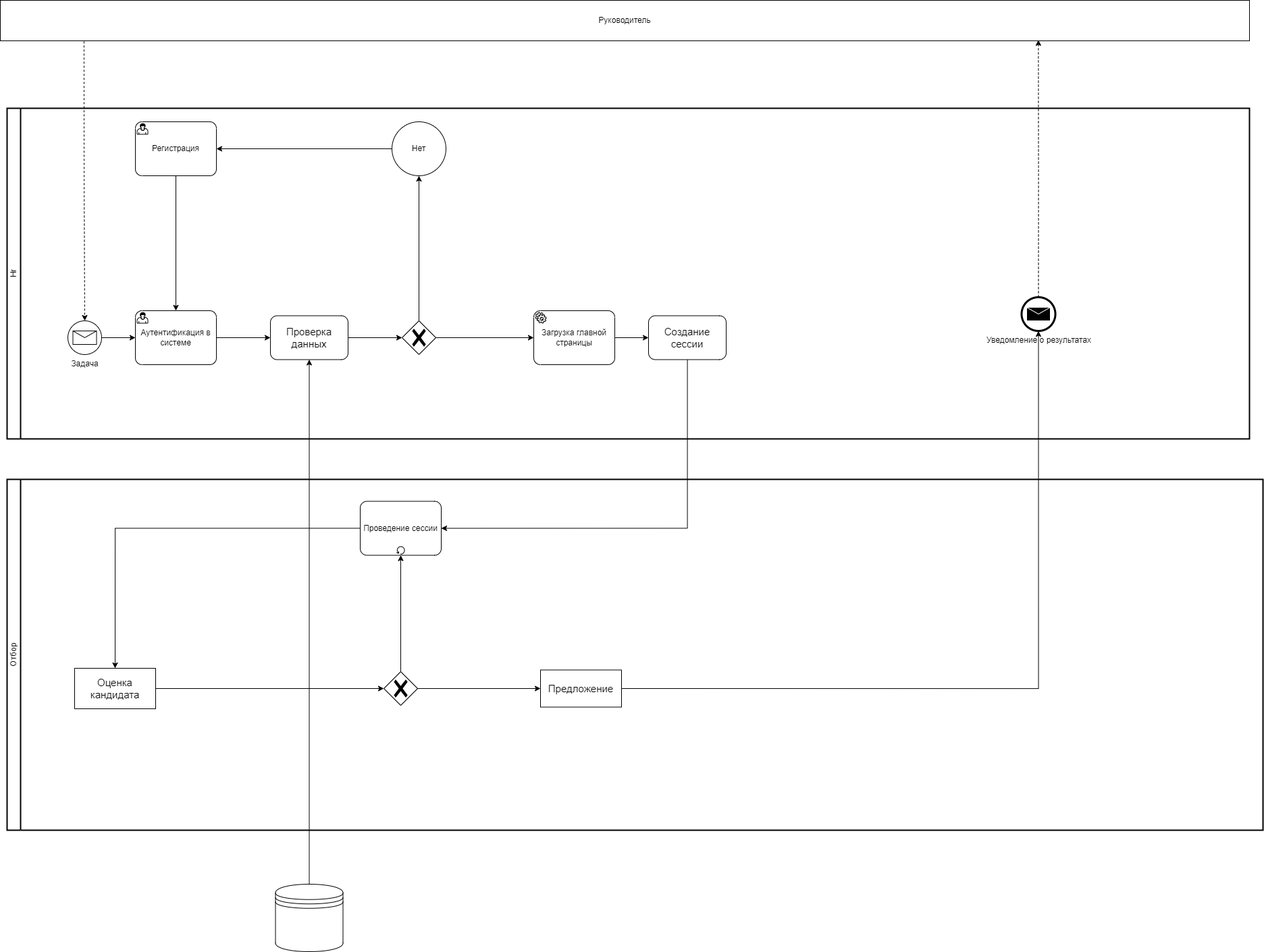
The draw.io diagram вкр/BPMN/BPMN до системы.png in Hetsunya/diplom, before a commit. Source tidied: cells renumbered, new cells last; positions are measured from the earlier drawing's top-left corner, leaving out a move shared by most shapes.
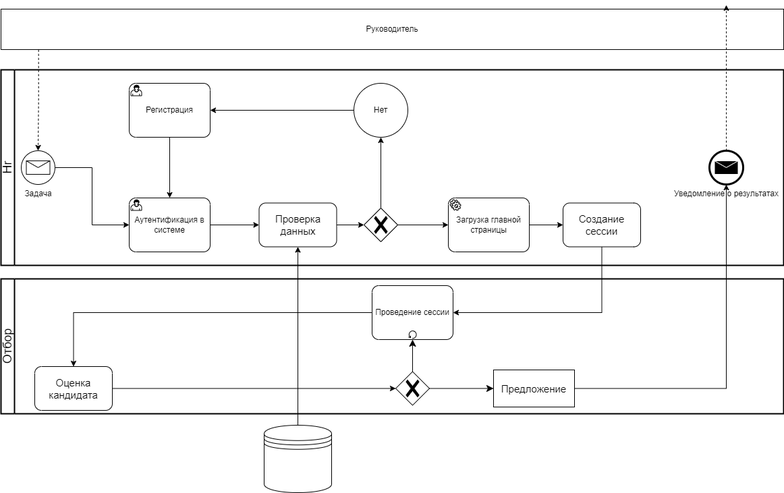
The same file after the commit.

Commit message:
ужал bpmn

What changed in the source:
```diff
@@ -2,108 +2,110 @@
   <root>
     <mxCell id="0" />
     <mxCell id="1" parent="0" />
-    <mxCell id="2" value="Отбор" style="swimlane;html=1;startSize=20;fontStyle=0;horizontal=0;swimlaneLine=1;swimlaneFillColor=#ffffff;strokeWidth=2;whiteSpace=wrap;" parent="1" vertex="1">
-      <mxGeometry x="10" y="710" width="1860" height="520" as="geometry" />
+    <mxCell id="2" value="Отбор" style="swimlane;html=1;startSize=20;fontStyle=0;horizontal=0;swimlaneLine=1;swimlaneFillColor=#ffffff;strokeWidth=2;whiteSpace=wrap;fontSize=18;" parent="1" vertex="1">
+      <mxGeometry x="10" y="470" width="1160" height="200" as="geometry" />
     </mxCell>
     <mxCell id="3" value="Проведение сессии" style="points=[[0.25,0,0],[0.5,0,0],[0.75,0,0],[1,0.25,0],[1,0.5,0],[1,0.75,0],[0.75,1,0],[0.5,1,0],[0.25,1,0],[0,0.75,0],[0,0.5,0],[0,0.25,0]];shape=mxgraph.bpmn.task2;whiteSpace=wrap;rectStyle=rounded;size=10;html=1;taskMarker=abstract;isLoopStandard=1;" parent="2" vertex="1">
-      <mxGeometry x="523" y="32.5" width="120" height="80" as="geometry" />
+      <mxGeometry x="550" y="10" width="120" height="80" as="geometry" />
     </mxCell>
-    <mxCell id="4" value="Оценка кандидата" style="rounded=0;whiteSpace=wrap;html=1;strokeColor=default;strokeWidth=1;shadow=0;fontSize=15;fontStyle=0;labelBackgroundColor=none;" parent="2" vertex="1">
-      <mxGeometry x="100" y="280" width="120" height="60" as="geometry" />
+    <mxCell id="4" value="Оценка кандидата" style="points=[[0.25,0,0],[0.5,0,0],[0.75,0,0],[1,0.25,0],[1,0.5,0],[1,0.75,0],[0.75,1,0],[0.5,1,0],[0.25,1,0],[0,0.75,0],[0,0.5,0],[0,0.25,0]];shape=mxgraph.bpmn.task2;whiteSpace=wrap;rectStyle=rounded;size=10;html=1;taskMarker=abstract;strokeColor=default;strokeWidth=1;shadow=0;fontSize=15;fontStyle=0;" parent="2" vertex="1">
+      <mxGeometry x="50" y="130" width="115" height="65" as="geometry" />
     </mxCell>
     <mxCell id="5" style="edgeStyle=orthogonalEdgeStyle;rounded=0;jettySize=auto;html=1;entryX=0.5;entryY=0;entryDx=0;entryDy=0;entryPerimeter=0;" parent="2" edge="1" source="3" target="4">
       <mxGeometry relative="1" as="geometry" />
     </mxCell>
-    <mxCell id="6" style="points=[[0.25,0.25,0],[0.5,0,0],[0.75,0.25,0],[1,0.5,0],[0.75,0.75,0],[0.5,1,0],[0.25,0.75,0],[0,0.5,0]];shape=mxgraph.bpmn.gateway2;html=1;verticalLabelPosition=bottom;labelBackgroundColor=#ffffff;verticalAlign=top;align=center;perimeter=rhombusPerimeter;outlineConnect=0;outline=none;symbol=none;gwType=exclusive;" parent="2" vertex="1">
-      <mxGeometry x="558" y="285" width="50" height="50" as="geometry" />
-    </mxCell>
-    <mxCell id="7" style="edgeStyle=orthogonalEdgeStyle;rounded=0;jettySize=auto;html=1;entryX=0;entryY=0.5;entryDx=0;entryDy=0;entryPerimeter=0;labelBackgroundColor=none;exitX=1;exitY=0.5;exitDx=0;exitDy=0;" parent="2" edge="1" source="4" target="6">
-      <mxGeometry relative="1" as="geometry" />
-    </mxCell>
-    <mxCell id="8" style="edgeStyle=orthogonalEdgeStyle;rounded=0;jettySize=auto;html=1;entryX=0.5;entryY=1;entryDx=0;entryDy=0;entryPerimeter=0;" parent="2" edge="1" source="6" target="3">
-      <mxGeometry relative="1" as="geometry" />
-    </mxCell>
+    <mxCell id="36" style="edgeStyle=none;curved=1;rounded=0;jettySize=auto;html=1;entryX=0;entryY=0.5;entryDx=0;entryDy=0;fontSize=12;startSize=8;endSize=8;" parent="2" edge="1" source="37" target="9">
+      <mxGeometry relative="1" as="geometry" />
+    </mxCell>
+    <mxCell id="37" style="points=[[0.25,0.25,0],[0.5,0,0],[0.75,0.25,0],[1,0.5,0],[0.75,0.75,0],[0.5,1,0],[0.25,0.75,0],[0,0.5,0]];shape=mxgraph.bpmn.gateway2;html=1;verticalLabelPosition=bottom;labelBackgroundColor=#ffffff;verticalAlign=top;align=center;perimeter=rhombusPerimeter;outlineConnect=0;outline=none;symbol=none;gwType=exclusive;" parent="2" vertex="1">
+      <mxGeometry x="585" y="137.5" width="50" height="50" as="geometry" />
+    </mxCell>
+    <mxCell id="38" style="edgeStyle=orthogonalEdgeStyle;rounded=0;jettySize=auto;html=1;entryX=0;entryY=0.5;entryDx=0;entryDy=0;entryPerimeter=0;" parent="2" edge="1" source="4" target="37">
+      <mxGeometry relative="1" as="geometry" />
+    </mxCell>
+    <mxCell id="39" style="edgeStyle=none;curved=1;rounded=0;jettySize=auto;html=1;entryX=0.5;entryY=1;entryDx=0;entryDy=0;entryPerimeter=0;fontSize=12;startSize=8;endSize=8;" parent="2" edge="1" source="37" target="3">
+      <mxGeometry relative="1" as="geometry" />
+    </mxCell>
     <mxCell id="9" value="Предложение" style="rounded=0;whiteSpace=wrap;html=1;strokeColor=default;strokeWidth=1;shadow=0;fontSize=15;fontStyle=0;labelBackgroundColor=none;" parent="2" vertex="1">
-      <mxGeometry x="790" y="282.5" width="120" height="55" as="geometry" />
+      <mxGeometry x="730" y="135" width="120" height="55" as="geometry" />
     </mxCell>
-    <mxCell id="10" style="edgeStyle=orthogonalEdgeStyle;rounded=0;jettySize=auto;html=1;entryX=0;entryY=0.5;entryDx=0;entryDy=0;entryPerimeter=0;labelBackgroundColor=none;exitX=1;exitY=0.5;exitDx=0;exitDy=0;" parent="2" edge="1" source="6" target="9">
-      <mxGeometry relative="1" as="geometry" />
-    </mxCell>
-    <mxCell id="11" value="Hr" style="swimlane;html=1;startSize=20;fontStyle=0;horizontal=0;swimlaneLine=1;swimlaneFillColor=#ffffff;strokeWidth=2;whiteSpace=wrap;" parent="1" vertex="1">
-      <mxGeometry x="10" y="160" width="1840" height="490" as="geometry" />
+    <mxCell id="11" value="Hr" style="swimlane;html=1;startSize=20;fontStyle=0;horizontal=0;swimlaneLine=1;swimlaneFillColor=#ffffff;strokeWidth=2;whiteSpace=wrap;fontSize=18;" parent="1" vertex="1">
+      <mxGeometry x="10" y="160" width="1160" height="290" as="geometry" />
     </mxCell>
     <mxCell id="12" value="Задача" style="points=[[0.145,0.145,0],[0.5,0,0],[0.855,0.145,0],[1,0.5,0],[0.855,0.855,0],[0.5,1,0],[0.145,0.855,0],[0,0.5,0]];shape=mxgraph.bpmn.event;html=1;verticalLabelPosition=bottom;labelBackgroundColor=#ffffff;verticalAlign=top;align=center;perimeter=ellipsePerimeter;outlineConnect=0;outline=standard;symbol=message;" parent="11" vertex="1">
-      <mxGeometry x="90" y="315" width="50" height="50" as="geometry" />
+      <mxGeometry x="30" y="120" width="50" height="50" as="geometry" />
     </mxCell>
     <mxCell id="13" value="Создание сессии" style="points=[[0.25,0,0],[0.5,0,0],[0.75,0,0],[1,0.25,0],[1,0.5,0],[1,0.75,0],[0.75,1,0],[0.5,1,0],[0.25,1,0],[0,0.75,0],[0,0.5,0],[0,0.25,0]];shape=mxgraph.bpmn.task2;whiteSpace=wrap;rectStyle=rounded;size=10;html=1;taskMarker=abstract;strokeColor=default;strokeWidth=1;shadow=0;fontSize=15;fontStyle=0;" parent="11" vertex="1">
-      <mxGeometry x="950" y="307.5" width="115" height="65" as="geometry" />
+      <mxGeometry x="833" y="197.5" width="115" height="65" as="geometry" />
     </mxCell>
     <mxCell id="14" style="points=[[0.25,0.25,0],[0.5,0,0],[0.75,0.25,0],[1,0.5,0],[0.75,0.75,0],[0.5,1,0],[0.25,0.75,0],[0,0.5,0]];shape=mxgraph.bpmn.gateway2;html=1;verticalLabelPosition=bottom;labelBackgroundColor=#ffffff;verticalAlign=top;align=center;perimeter=rhombusPerimeter;outlineConnect=0;outline=none;symbol=none;gwType=exclusive;" parent="11" vertex="1">
-      <mxGeometry x="585" y="315" width="50" height="50" as="geometry" />
+      <mxGeometry x="538" y="205" width="50" height="50" as="geometry" />
     </mxCell>
     <mxCell id="15" value="Уведомление о результатах" style="points=[[0.145,0.145,0],[0.5,0,0],[0.855,0.145,0],[1,0.5,0],[0.855,0.855,0],[0.5,1,0],[0.145,0.855,0],[0,0.5,0]];shape=mxgraph.bpmn.event;html=1;verticalLabelPosition=bottom;labelBackgroundColor=#ffffff;verticalAlign=top;align=center;perimeter=ellipsePerimeter;outlineConnect=0;outline=end;symbol=message;" parent="11" vertex="1">
-      <mxGeometry x="1502.5" y="280" width="50" height="50" as="geometry" />
+      <mxGeometry x="1050" y="120" width="50" height="50" as="geometry" />
     </mxCell>
-    <mxCell id="16" value="Руководитель" style="whiteSpace=wrap;html=1;" parent="1" vertex="1">
-      <mxGeometry width="1850" height="60" as="geometry" />
-    </mxCell>
-    <mxCell id="17" style="edgeStyle=orthogonalEdgeStyle;rounded=0;jettySize=auto;html=1;entryX=0.5;entryY=0;entryDx=0;entryDy=0;entryPerimeter=0;dashed=1;exitX=0.067;exitY=1.015;exitDx=0;exitDy=0;exitPerimeter=0;" parent="1" edge="1" source="16" target="12">
-      <mxGeometry relative="1" as="geometry" />
-    </mxCell>
+    <mxCell id="24" value="Загрузка главной страницы" style="points=[[0.25,0,0],[0.5,0,0],[0.75,0,0],[1,0.25,0],[1,0.5,0],[1,0.75,0],[0.75,1,0],[0.5,1,0],[0.25,1,0],[0,0.75,0],[0,0.5,0],[0,0.25,0]];shape=mxgraph.bpmn.task2;whiteSpace=wrap;rectStyle=rounded;size=10;html=1;taskMarker=service;" parent="11" vertex="1">
+      <mxGeometry x="663" y="190" width="120" height="80" as="geometry" />
+    </mxCell>
+    <mxCell id="22" style="edgeStyle=orthogonalEdgeStyle;rounded=0;jettySize=auto;html=1;entryX=0;entryY=0.5;entryDx=0;entryDy=0;entryPerimeter=0;exitX=1;exitY=0.5;exitDx=0;exitDy=0;exitPerimeter=0;" parent="11" edge="1" source="14" target="24">
+      <mxGeometry relative="1" as="geometry" />
+    </mxCell>
+    <mxCell id="23" style="edgeStyle=orthogonalEdgeStyle;rounded=0;jettySize=auto;html=1;entryX=0;entryY=0.5;entryDx=0;entryDy=0;entryPerimeter=0;exitX=1;exitY=0.5;exitDx=0;exitDy=0;exitPerimeter=0;" parent="11" edge="1" source="24" target="13">
+      <mxGeometry relative="1" as="geometry" />
+    </mxCell>
+    <mxCell id="29" value="Регистрация" style="points=[[0.25,0,0],[0.5,0,0],[0.75,0,0],[1,0.25,0],[1,0.5,0],[1,0.75,0],[0.75,1,0],[0.5,1,0],[0.25,1,0],[0,0.75,0],[0,0.5,0],[0,0.25,0]];shape=mxgraph.bpmn.task2;whiteSpace=wrap;rectStyle=rounded;size=10;html=1;taskMarker=user;" parent="11" vertex="1">
+      <mxGeometry x="190" y="20" width="120" height="80" as="geometry" />
+    </mxCell>
+    <mxCell id="27" value="Нет" style="ellipse;whiteSpace=wrap;html=1;" parent="11" vertex="1">
+      <mxGeometry x="523" y="20" width="80" height="80" as="geometry" />
+    </mxCell>
+    <mxCell id="28" style="edgeStyle=orthogonalEdgeStyle;rounded=0;jettySize=auto;html=1;entryX=0.5;entryY=1;entryDx=0;entryDy=0;exitX=0.5;exitY=0;exitDx=0;exitDy=0;exitPerimeter=0;" parent="11" edge="1" source="14" target="27">
+      <mxGeometry relative="1" as="geometry" />
+    </mxCell>
+    <mxCell id="30" style="edgeStyle=orthogonalEdgeStyle;rounded=0;jettySize=auto;html=1;entryX=1;entryY=0.5;entryDx=0;entryDy=0;entryPerimeter=0;" parent="11" edge="1" source="27" target="29">
+      <mxGeometry relative="1" as="geometry" />
+    </mxCell>
-    <mxCell id="18" value="Аутентификация в системе" style="points=[[0.25,0,0],[0.5,0,0],[0.75,0,0],[1,0.25,0],[1,0.5,0],[1,0.75,0],[0.75,1,0],[0.5,1,0],[0.25,1,0],[0,0.75,0],[0,0.5,0],[0,0.25,0]];shape=mxgraph.bpmn.task2;whiteSpace=wrap;rectStyle=rounded;size=10;html=1;taskMarker=user;" parent="1" vertex="1">
-      <mxGeometry x="200" y="460" width="120" height="80" as="geometry" />
+    <mxCell id="18" value="Аутентификация в системе" style="points=[[0.25,0,0],[0.5,0,0],[0.75,0,0],[1,0.25,0],[1,0.5,0],[1,0.75,0],[0.75,1,0],[0.5,1,0],[0.25,1,0],[0,0.75,0],[0,0.5,0],[0,0.25,0]];shape=mxgraph.bpmn.task2;whiteSpace=wrap;rectStyle=rounded;size=10;html=1;taskMarker=user;" parent="11" vertex="1">
+      <mxGeometry x="190" y="190" width="120" height="80" as="geometry" />
     </mxCell>
+    <mxCell id="31" style="edgeStyle=orthogonalEdgeStyle;rounded=0;jettySize=auto;html=1;entryX=0.5;entryY=0;entryDx=0;entryDy=0;entryPerimeter=0;" parent="11" edge="1" source="29" target="18">
+      <mxGeometry relative="1" as="geometry" />
+    </mxCell>
+    <mxCell id="32" style="edgeStyle=orthogonalEdgeStyle;rounded=0;jettySize=auto;html=1;entryX=0;entryY=0.5;entryDx=0;entryDy=0;entryPerimeter=0;" parent="11" edge="1" source="12" target="18">
+      <mxGeometry relative="1" as="geometry" />
+    </mxCell>
-    <mxCell id="19" value="Проверка данных" style="points=[[0.25,0,0],[0.5,0,0],[0.75,0,0],[1,0.25,0],[1,0.5,0],[1,0.75,0],[0.75,1,0],[0.5,1,0],[0.25,1,0],[0,0.75,0],[0,0.5,0],[0,0.25,0]];shape=mxgraph.bpmn.task2;whiteSpace=wrap;rectStyle=rounded;size=10;html=1;taskMarker=abstract;strokeColor=default;strokeWidth=1;shadow=0;fontSize=15;fontStyle=0;" parent="1" vertex="1">
-      <mxGeometry x="400" y="467.5" width="115" height="65" as="geometry" />
+    <mxCell id="19" value="Проверка данных" style="points=[[0.25,0,0],[0.5,0,0],[0.75,0,0],[1,0.25,0],[1,0.5,0],[1,0.75,0],[0.75,1,0],[0.5,1,0],[0.25,1,0],[0,0.75,0],[0,0.5,0],[0,0.25,0]];shape=mxgraph.bpmn.task2;whiteSpace=wrap;rectStyle=rounded;size=10;html=1;taskMarker=abstract;strokeColor=default;strokeWidth=1;shadow=0;fontSize=15;fontStyle=0;" parent="11" vertex="1">
+      <mxGeometry x="382.5" y="197.5" width="115" height="65" as="geometry" />
     </mxCell>
-    <mxCell id="20" style="edgeStyle=orthogonalEdgeStyle;rounded=0;jettySize=auto;html=1;entryX=0;entryY=0.5;entryDx=0;entryDy=0;entryPerimeter=0;" parent="1" edge="1" source="18" target="19">
+    <mxCell id="20" style="edgeStyle=orthogonalEdgeStyle;rounded=0;jettySize=auto;html=1;entryX=0;entryY=0.5;entryDx=0;entryDy=0;entryPerimeter=0;" parent="11" edge="1" source="18" target="19">
       <mxGeometry relative="1" as="geometry" />
     </mxCell>
-    <mxCell id="21" style="edgeStyle=orthogonalEdgeStyle;rounded=0;jettySize=auto;html=1;entryX=0;entryY=0.5;entryDx=0;entryDy=0;entryPerimeter=0;" parent="1" edge="1" source="19" target="14">
+    <mxCell id="21" style="edgeStyle=orthogonalEdgeStyle;rounded=0;jettySize=auto;html=1;entryX=0;entryY=0.5;entryDx=0;entryDy=0;entryPerimeter=0;" parent="11" edge="1" source="19" target="14">
       <mxGeometry relative="1" as="geometry" />
     </mxCell>
-    <mxCell id="22" style="edgeStyle=orthogonalEdgeStyle;rounded=0;jettySize=auto;html=1;entryX=0;entryY=0.5;entryDx=0;entryDy=0;entryPerimeter=0;exitX=1;exitY=0.5;exitDx=0;exitDy=0;exitPerimeter=0;" parent="1" edge="1" source="14" target="24">
-      <mxGeometry relative="1" as="geometry" />
-    </mxCell>
-    <mxCell id="23" style="edgeStyle=orthogonalEdgeStyle;rounded=0;jettySize=auto;html=1;entryX=0;entryY=0.5;entryDx=0;entryDy=0;entryPerimeter=0;exitX=1;exitY=0.5;exitDx=0;exitDy=0;exitPerimeter=0;" parent="1" edge="1" source="24" target="13">
-      <mxGeometry relative="1" as="geometry" />
-    </mxCell>
-    <mxCell id="24" value="Загрузка главной страницы" style="points=[[0.25,0,0],[0.5,0,0],[0.75,0,0],[1,0.25,0],[1,0.5,0],[1,0.75,0],[0.75,1,0],[0.5,1,0],[0.25,1,0],[0,0.75,0],[0,0.5,0],[0,0.25,0]];shape=mxgraph.bpmn.task2;whiteSpace=wrap;rectStyle=rounded;size=10;html=1;taskMarker=service;" parent="1" vertex="1">
-      <mxGeometry x="790" y="460" width="120" height="80" as="geometry" />
-    </mxCell>
+    <mxCell id="16" value="Руководитель" style="whiteSpace=wrap;html=1;" parent="1" vertex="1">
+      <mxGeometry x="10" y="70" width="1160" height="60" as="geometry" />
+    </mxCell>
+    <mxCell id="17" style="edgeStyle=orthogonalEdgeStyle;rounded=0;jettySize=auto;html=1;entryX=0.5;entryY=0;entryDx=0;entryDy=0;entryPerimeter=0;dashed=1;exitX=0.048;exitY=1.006;exitDx=0;exitDy=0;exitPerimeter=0;" parent="1" edge="1" source="16" target="12">
+      <mxGeometry relative="1" as="geometry" />
+    </mxCell>
     <mxCell id="25" style="shape=datastore;html=1;labelPosition=center;verticalLabelPosition=bottom;align=center;verticalAlign=top;labelBackgroundColor=none;" parent="1" vertex="1">
-      <mxGeometry x="407.5" y="1310" width="100" height="100" as="geometry" />
+      <mxGeometry x="400" y="687" width="100" height="100" as="geometry" />
     </mxCell>
     <mxCell id="26" style="edgeStyle=orthogonalEdgeStyle;rounded=0;jettySize=auto;html=1;entryX=0.5;entryY=1;entryDx=0;entryDy=0;entryPerimeter=0;" parent="1" edge="1" source="25" target="19">
       <mxGeometry relative="1" as="geometry" />
     </mxCell>
-    <mxCell id="27" value="Нет" style="ellipse;whiteSpace=wrap;html=1;" parent="1" vertex="1">
-      <mxGeometry x="580" y="180" width="80" height="80" as="geometry" />
-    </mxCell>
-    <mxCell id="28" style="edgeStyle=orthogonalEdgeStyle;rounded=0;jettySize=auto;html=1;entryX=0.5;entryY=1;entryDx=0;entryDy=0;exitX=0.5;exitY=0;exitDx=0;exitDy=0;exitPerimeter=0;" parent="1" edge="1" source="14" target="27">
-      <mxGeometry relative="1" as="geometry" />
-    </mxCell>
-    <mxCell id="29" value="Регистрация" style="points=[[0.25,0,0],[0.5,0,0],[0.75,0,0],[1,0.25,0],[1,0.5,0],[1,0.75,0],[0.75,1,0],[0.5,1,0],[0.25,1,0],[0,0.75,0],[0,0.5,0],[0,0.25,0]];shape=mxgraph.bpmn.task2;whiteSpace=wrap;rectStyle=rounded;size=10;html=1;taskMarker=user;" parent="1" vertex="1">
-      <mxGeometry x="200" y="180" width="120" height="80" as="geometry" />
-    </mxCell>
-    <mxCell id="30" style="edgeStyle=orthogonalEdgeStyle;rounded=0;jettySize=auto;html=1;entryX=1;entryY=0.5;entryDx=0;entryDy=0;entryPerimeter=0;" parent="1" edge="1" source="27" target="29">
-      <mxGeometry relative="1" as="geometry" />
-    </mxCell>
-    <mxCell id="31" style="edgeStyle=orthogonalEdgeStyle;rounded=0;jettySize=auto;html=1;entryX=0.5;entryY=0;entryDx=0;entryDy=0;entryPerimeter=0;" parent="1" edge="1" source="29" target="18">
-      <mxGeometry relative="1" as="geometry" />
-    </mxCell>
-    <mxCell id="32" style="edgeStyle=orthogonalEdgeStyle;rounded=0;jettySize=auto;html=1;entryX=0;entryY=0.5;entryDx=0;entryDy=0;entryPerimeter=0;" parent="1" edge="1" source="12" target="18">
-      <mxGeometry relative="1" as="geometry" />
-    </mxCell>
     <mxCell id="33" style="edgeStyle=orthogonalEdgeStyle;rounded=0;jettySize=auto;html=1;entryX=1;entryY=0.5;entryDx=0;entryDy=0;entryPerimeter=0;" parent="1" edge="1" source="13" target="3">
       <mxGeometry relative="1" as="geometry">
         <Array as="points">
-          <mxPoint x="1018" y="783" />
+          <mxPoint x="901" y="520" />
         </Array>
       </mxGeometry>
     </mxCell>
-    <mxCell id="34" style="edgeStyle=orthogonalEdgeStyle;rounded=0;jettySize=auto;html=1;entryX=0.831;entryY=0.979;entryDx=0;entryDy=0;entryPerimeter=0;dashed=1;" parent="1" edge="1" source="15" target="16">
-      <mxGeometry relative="1" as="geometry" />
+    <mxCell id="34" style="edgeStyle=orthogonalEdgeStyle;rounded=0;jettySize=auto;html=1;dashed=1;" parent="1" edge="1" source="15">
+      <mxGeometry relative="1" as="geometry">
+        <mxPoint x="1085" y="64" as="targetPoint" />
+      </mxGeometry>
     </mxCell>
     <mxCell id="35" style="edgeStyle=orthogonalEdgeStyle;rounded=0;jettySize=auto;html=1;entryX=0.5;entryY=1;entryDx=0;entryDy=0;entryPerimeter=0;exitX=1;exitY=0.5;exitDx=0;exitDy=0;" parent="1" edge="1" source="9" target="15">
       <mxGeometry relative="1" as="geometry" />
```
